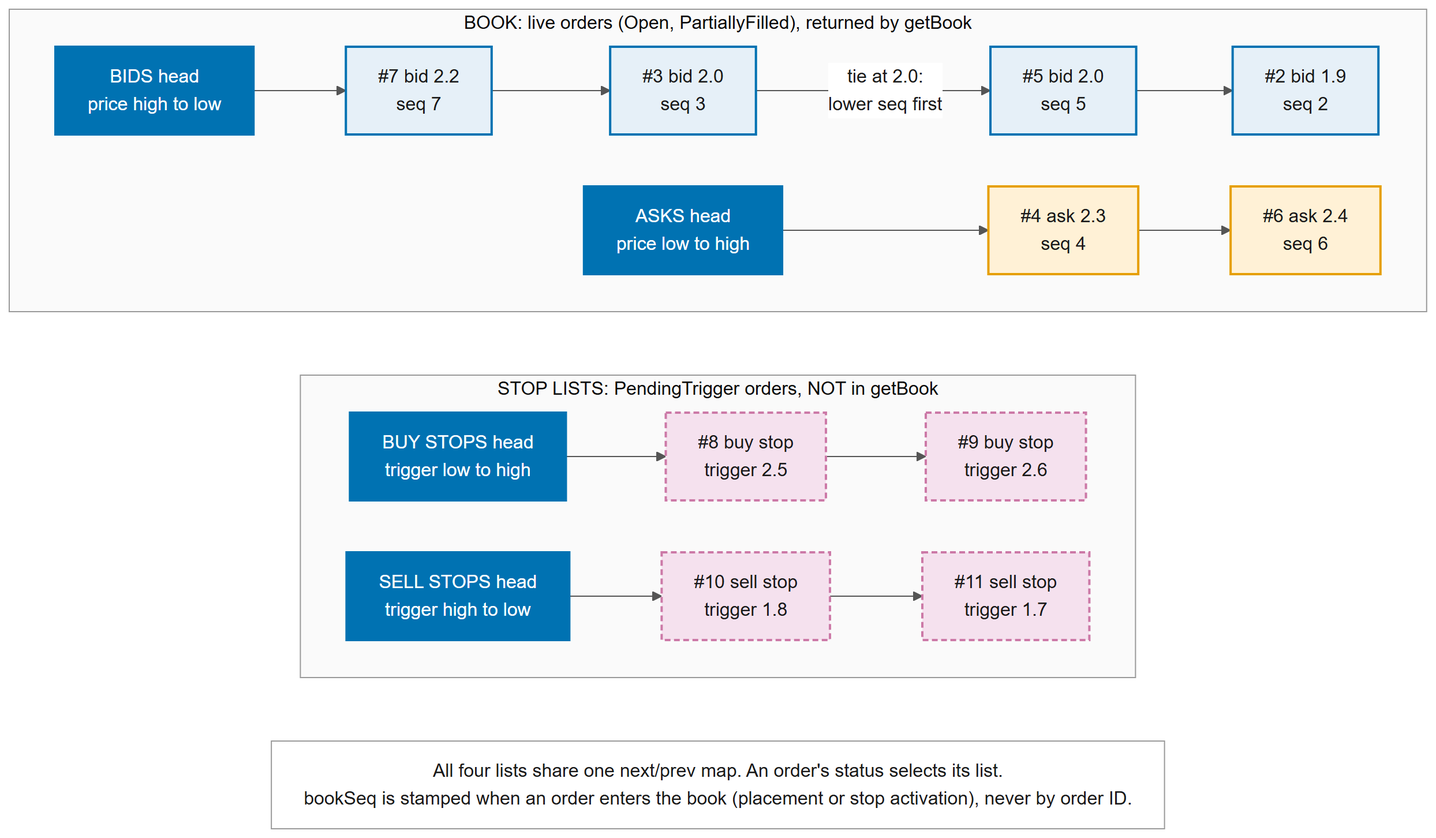
This is docs/report/diagrams/06-book-structure.png from Nitecry7/SC4053-BlockChain-Project, a Mermaid export, as it was before one commit. Its source is kept beside it as docs/report/diagrams/06-book-structure.mmd. The source it was exported from:
```mermaid
---
config:
  flowchart:
    wrappingWidth: 900
---
flowchart TB
  classDef head fill:#0072B2,stroke:#0072B2,color:#FFFFFF,stroke-width:2px
  classDef bid fill:#E6F0F8,stroke:#0072B2,stroke-width:2px,color:#1A1A1A
  classDef ask fill:#FFF1D6,stroke:#E69F00,stroke-width:2px,color:#1A1A1A
  classDef stop fill:#F5E1EE,stroke:#CC79A7,stroke-width:2px,stroke-dasharray:5 3,color:#1A1A1A
  classDef note fill:#FFFFFF,stroke:#9A9A9A,stroke-width:1px,color:#1A1A1A

  subgraph BOOK["BOOK: live orders (Open, PartiallyFilled), returned by getBook"]
    direction LR
    HB["BIDS head<br/>price high to low"]:::head --> B7["#7 bid 2.2<br/>seq 7"]:::bid --> B3["#3 bid 2.0<br/>seq 3"]:::bid -->|"tie at 2.0:<br/>lower seq first"| B5["#5 bid 2.0<br/>seq 5"]:::bid --> B2["#2 bid 1.9<br/>seq 2"]:::bid
    HA["ASKS head<br/>price low to high"]:::head --> A4["#4 ask 2.3<br/>seq 4"]:::ask --> A6["#6 ask 2.4<br/>seq 6"]:::ask
  end

  subgraph STOPS["STOP LISTS: PendingTrigger orders, NOT in getBook"]
    direction LR
    HSB["BUY STOPS head<br/>trigger low to high"]:::head --> S8["#8 buy stop<br/>trigger 2.5"]:::stop --> S9["#9 buy stop<br/>trigger 2.6"]:::stop
    HSS["SELL STOPS head<br/>trigger high to low"]:::head --> S10["#10 sell stop<br/>trigger 1.8"]:::stop --> S11["#11 sell stop<br/>trigger 1.7"]:::stop
  end

  BOOK ~~~ STOPS
  STOPS ~~~ N["All four lists share one next/prev map. An order's status selects its list.<br/>bookSeq is stamped when an order enters the book (placement or stop activation), never by order ID."]:::note
```
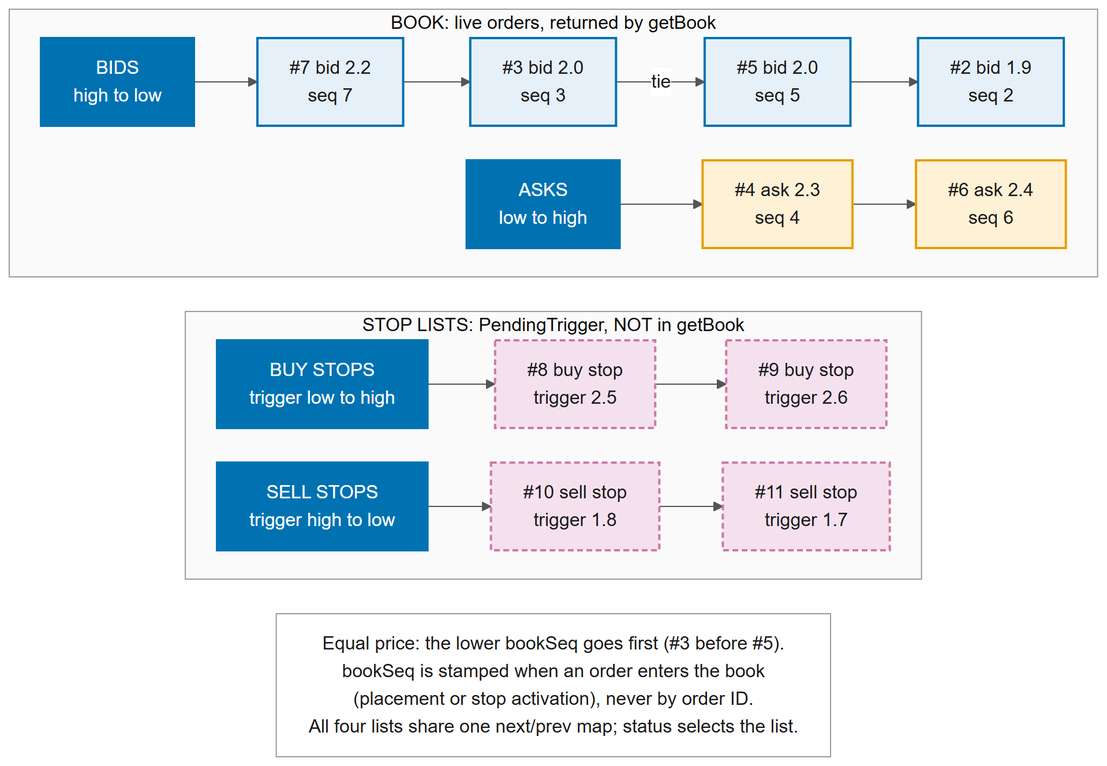
Later version of the same file.

Diff of the diagram source:
```diff
@@ -2,6 +2,8 @@
 config:
   flowchart:
     wrappingWidth: 900
+    rankSpacing: 30
+    nodeSpacing: 30
 ---
 flowchart TB
   classDef head fill:#0072B2,stroke:#0072B2,color:#FFFFFF,stroke-width:2px
@@ -10,17 +12,17 @@
   classDef stop fill:#F5E1EE,stroke:#CC79A7,stroke-width:2px,stroke-dasharray:5 3,color:#1A1A1A
   classDef note fill:#FFFFFF,stroke:#9A9A9A,stroke-width:1px,color:#1A1A1A
 
-  subgraph BOOK["BOOK: live orders (Open, PartiallyFilled), returned by getBook"]
+  subgraph BOOK["BOOK: live orders, returned by getBook"]
     direction LR
-    HB["BIDS head<br/>price high to low"]:::head --> B7["#7 bid 2.2<br/>seq 7"]:::bid --> B3["#3 bid 2.0<br/>seq 3"]:::bid -->|"tie at 2.0:<br/>lower seq first"| B5["#5 bid 2.0<br/>seq 5"]:::bid --> B2["#2 bid 1.9<br/>seq 2"]:::bid
-    HA["ASKS head<br/>price low to high"]:::head --> A4["#4 ask 2.3<br/>seq 4"]:::ask --> A6["#6 ask 2.4<br/>seq 6"]:::ask
+    HB["BIDS<br/>high to low"]:::head --> B7["#7 bid 2.2<br/>seq 7"]:::bid --> B3["#3 bid 2.0<br/>seq 3"]:::bid -->|"tie"| B5["#5 bid 2.0<br/>seq 5"]:::bid --> B2["#2 bid 1.9<br/>seq 2"]:::bid
+    HA["ASKS<br/>low to high"]:::head --> A4["#4 ask 2.3<br/>seq 4"]:::ask --> A6["#6 ask 2.4<br/>seq 6"]:::ask
   end
 
-  subgraph STOPS["STOP LISTS: PendingTrigger orders, NOT in getBook"]
+  subgraph STOPS["STOP LISTS: PendingTrigger, NOT in getBook"]
     direction LR
-    HSB["BUY STOPS head<br/>trigger low to high"]:::head --> S8["#8 buy stop<br/>trigger 2.5"]:::stop --> S9["#9 buy stop<br/>trigger 2.6"]:::stop
-    HSS["SELL STOPS head<br/>trigger high to low"]:::head --> S10["#10 sell stop<br/>trigger 1.8"]:::stop --> S11["#11 sell stop<br/>trigger 1.7"]:::stop
+    HSB["BUY STOPS<br/>trigger low to high"]:::head --> S8["#8 buy stop<br/>trigger 2.5"]:::stop --> S9["#9 buy stop<br/>trigger 2.6"]:::stop
+    HSS["SELL STOPS<br/>trigger high to low"]:::head --> S10["#10 sell stop<br/>trigger 1.8"]:::stop --> S11["#11 sell stop<br/>trigger 1.7"]:::stop
   end
 
   BOOK ~~~ STOPS
-  STOPS ~~~ N["All four lists share one next/prev map. An order's status selects its list.<br/>bookSeq is stamped when an order enters the book (placement or stop activation), never by order ID."]:::note
+  STOPS ~~~ N["Equal price: the lower bookSeq goes first (#3 before #5).<br/>bookSeq is stamped when an order enters the book<br/>(placement or stop activation), never by order ID.<br/>All four lists share one next/prev map; status selects the list."]:::note
```
